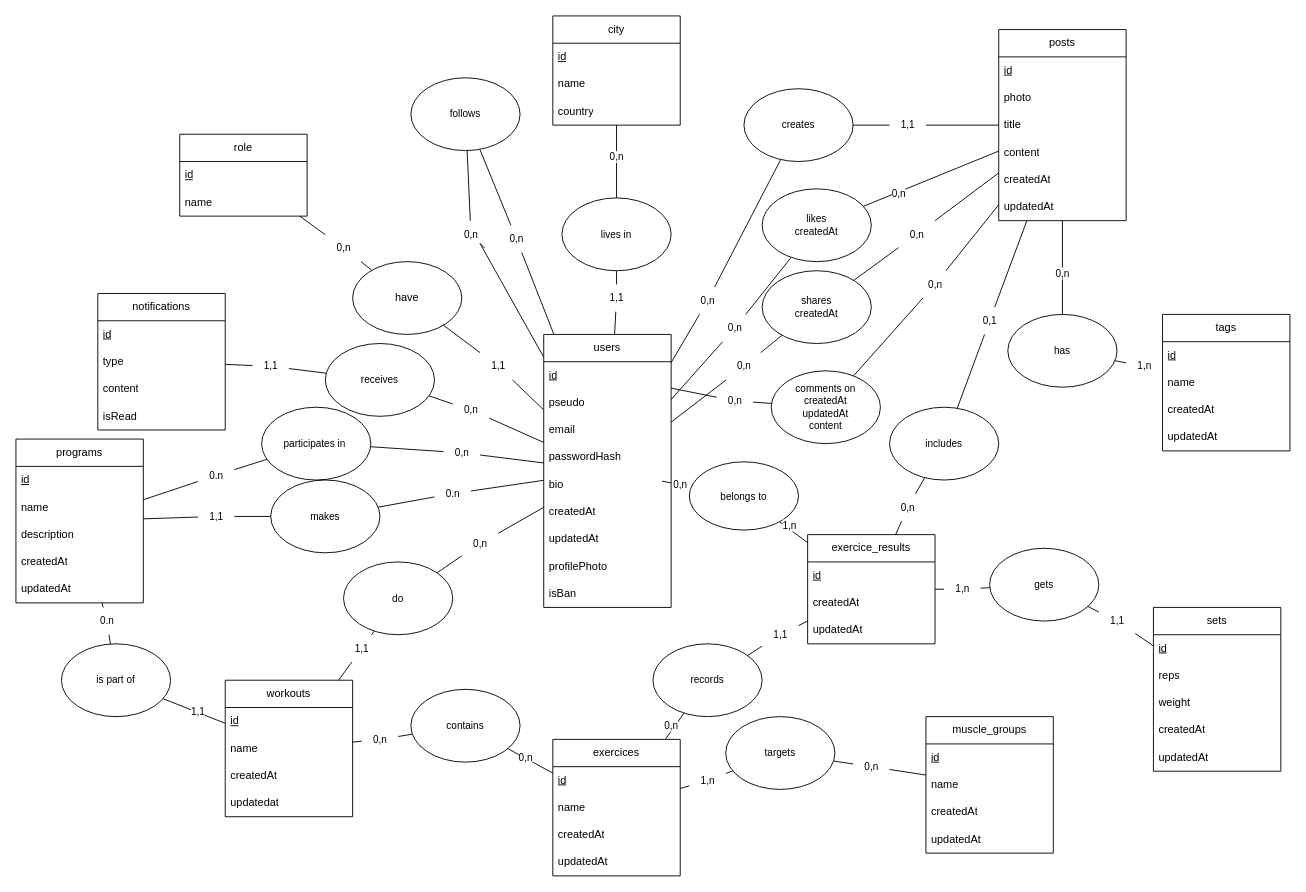
This is Diagramme sans nom.drawio from Gutsey68/Ilift-backend, a draw.io file, before an edit. Source tidied: cells renumbered, new cells numbered last; positions are measured from the earlier drawing's top-left corner, leaving out a move shared by most shapes. Both pictures are drawn from the tidied source at 91%, with x=0, y=0 at pixel (15, 15).
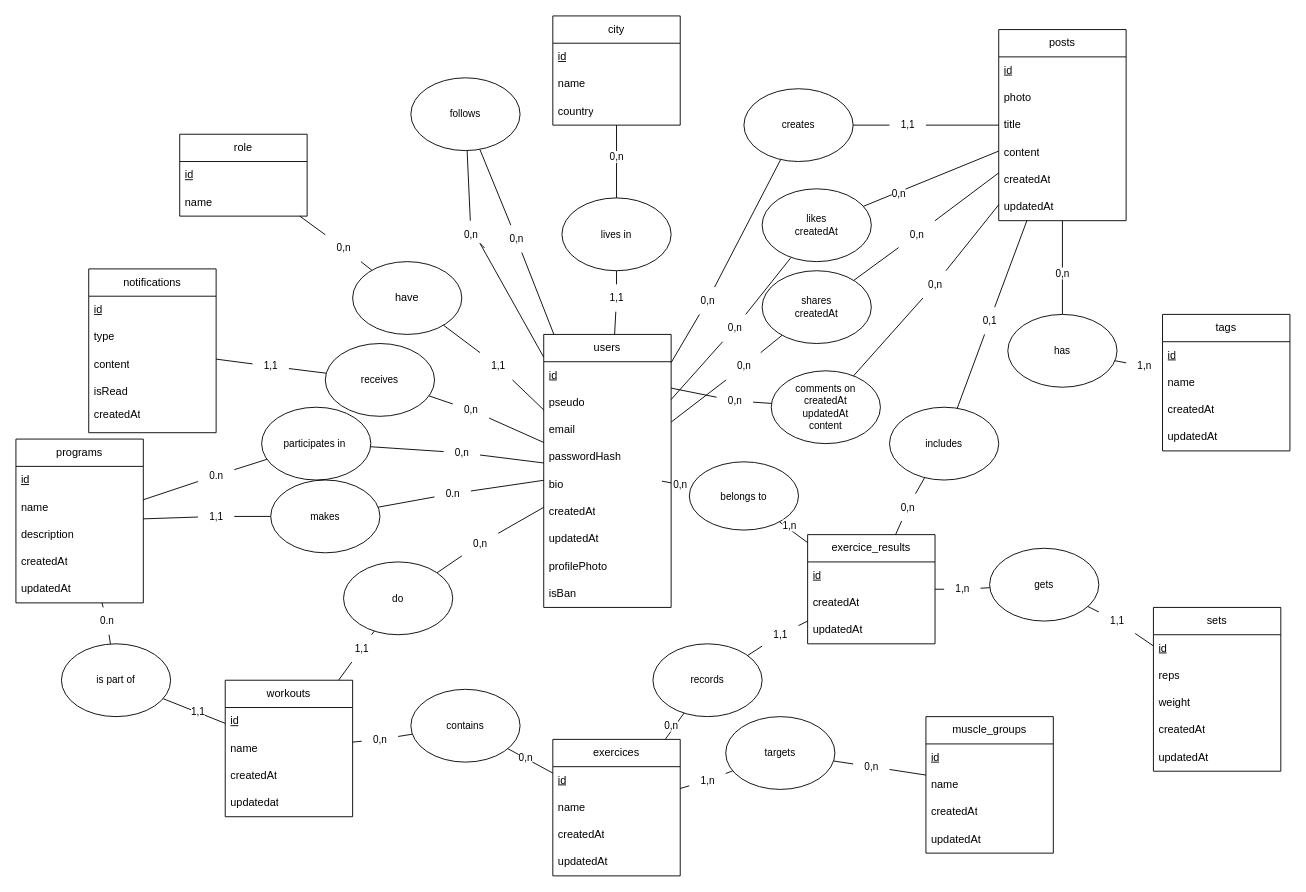
The same page after the edit.

Commit message:
database.shema: Ajout de la date de la notification

Change to the diagram source:
```diff
@@
     <mxCell id="69" value="notifications" style="swimlane;fontStyle=0;horizontal=1;startSize=30;whiteSpace=wrap;html=1;" parent="1" vertex="1">
-      <mxGeometry x="90" y="305" width="140" height="150" as="geometry" />
+      <mxGeometry x="80" y="278" width="140" height="180" as="geometry" />
     </mxCell>
@@
+    <mxCell id="193" value="createdAt&lt;div&gt;&lt;br&gt;&lt;/div&gt;" style="text;strokeColor=none;fillColor=none;align=left;verticalAlign=middle;spacingLeft=4;spacingRight=4;overflow=hidden;whiteSpace=wrap;html=1;" parent="69" vertex="1">
+      <mxGeometry y="150" width="140" height="30" as="geometry" />
+    </mxCell>
```
